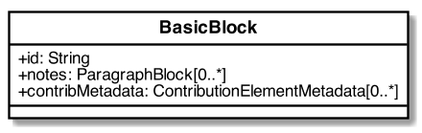
Above: images/Blocks.png in metanorma/basicdoc-models (PlantUML), before the change. The source it was exported from:
```plantuml
@startuml Blocks


skinparam Dpi 150
skinparam Monochrome false
skinparam LineType ortho
hide circle
skinparam Default {
  TextAlignment center
  FontName Helvetica
}
skinparam Class {
  AttributeIconSize 0
  BackgroundColor White
  ArrowColor Black
  BorderColor Black
  FontStyle bold
  StereotypeFontSize 10
}
skinparam Rectangle {
  BackgroundColor White
  ArrowColor Black
  BorderColor Black
  FontStyle bold
  FontSize 11
  StereotypeFontSize 10
}
skinparam Object {
  BackgroundColor White
  ArrowColor Black
  BorderColor Black
  FontStyle bold
  FontSize 11
  StereotypeFontSize 10
}

skinparam Entity {
  StereotypeFontSize 10
}




class BasicBlock {
  +id: String
  +notes: ParagraphBlock[0..*]
  +contribMetadata: ContributionElementMetadata[0..*]
}



@enduml
```
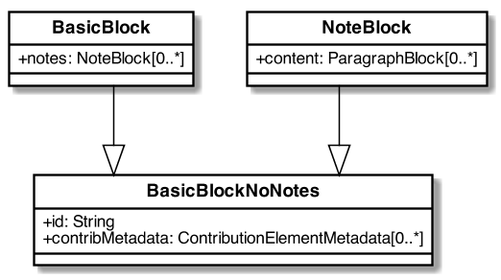
Above is the later version.

Commit message:
notes modelling

The edit, as a diff of the source:
```diff
@@ -42,11 +42,21 @@
 
 
 class BasicBlock {
+  +notes: NoteBlock[0..*]
+}
+
+class BasicBlockNoNotes {
   +id: String
-  +notes: ParagraphBlock[0..*]
   +contribMetadata: ContributionElementMetadata[0..*]
+}
+
+class NoteBlock {
+  +content: ParagraphBlock[0..*]
 }
 
 
 
+BasicBlock --|> BasicBlockNoNotes
+NoteBlock --|> BasicBlockNoNotes
+
 @enduml
```
